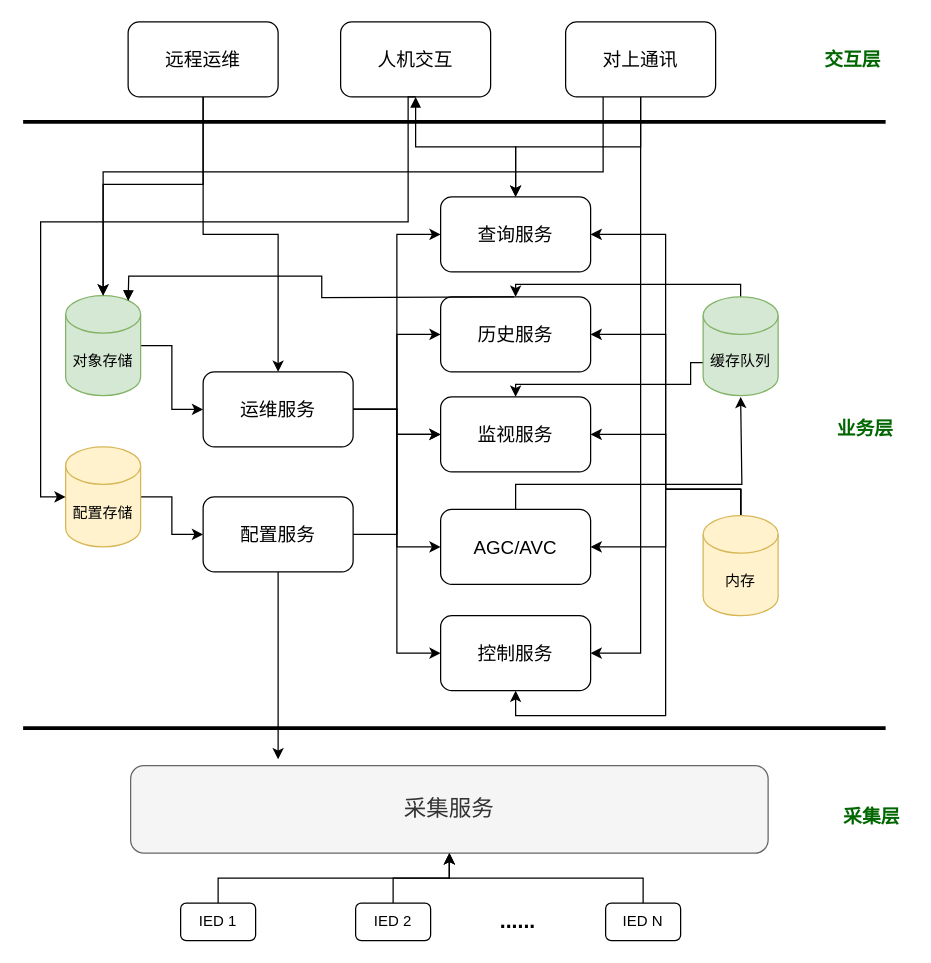
The draw.io diagram 轻量化cbb.drawio in snake9906/GitHubTest, before the edit. Source tidied: cells renumbered, new cells numbered last; positions are measured from the earlier drawing's top-left corner, leaving out a move shared by most shapes. Both pictures are drawn from the tidied source at 125%, with x=0, y=0 at pixel (22, 21).
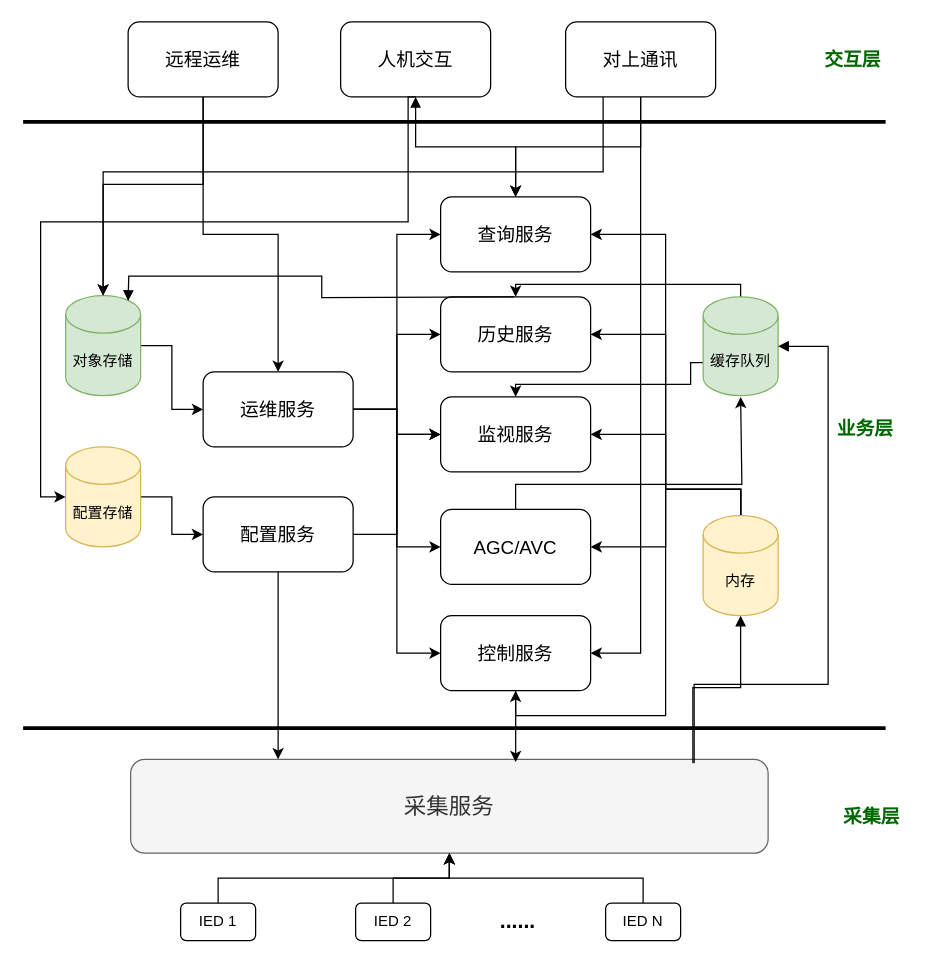
After the change.

Commit message:
更新轻量化cbb.drawio

Unchanged cells that the change refers to:
```xml
<mxCell id="16" value="内存" style="shape=cylinder3;whiteSpace=wrap;html=1;boundedLbl=1;backgroundOutline=1;size=15;fillColor=#fff2cc;strokeColor=#d6b656;" parent="1" vertex="1">
  <mxGeometry x="544" y="395" width="60" height="80" as="geometry" />
</mxCell>
<mxCell id="19" value="缓存队列" style="shape=cylinder3;whiteSpace=wrap;html=1;boundedLbl=1;backgroundOutline=1;size=15;fillColor=#d5e8d4;strokeColor=#82b366;" parent="1" vertex="1">
  <mxGeometry x="544" y="220" width="60" height="79" as="geometry" />
</mxCell>
<mxCell id="20" value="&lt;font style=&quot;font-size: 15px;&quot;&gt;控制服务&lt;/font&gt;" style="rounded=1;whiteSpace=wrap;html=1;" parent="1" vertex="1">
  <mxGeometry x="334" y="475" width="120" height="60" as="geometry" />
</mxCell>
```

Change to the diagram source:
```diff
@@
     <mxCell id="3" value="&lt;font style=&quot;font-size: 18px;&quot;&gt;采集服务&lt;/font&gt;" style="rounded=1;whiteSpace=wrap;html=1;shadow=0;glass=0;fillColor=#f5f5f5;fontColor=#333333;strokeColor=#666666;" parent="1" vertex="1">
-      <mxGeometry x="86" y="595" width="510" height="70" as="geometry" />
+      <mxGeometry x="86" y="590" width="510" height="75" as="geometry" />
     </mxCell>
@@
+    <mxCell id="54" style="edgeStyle=orthogonalEdgeStyle;rounded=0;jettySize=auto;html=1;entryX=0.604;entryY=0.029;entryDx=0;entryDy=0;entryPerimeter=0;" parent="1" edge="1" source="20" target="3">
+      <mxGeometry relative="1" as="geometry" />
+    </mxCell>
+    <mxCell id="55" style="edgeStyle=orthogonalEdgeStyle;rounded=0;jettySize=auto;html=1;entryX=0.882;entryY=0.04;entryDx=0;entryDy=0;entryPerimeter=0;startArrow=block;startFill=1;endArrow=none;" parent="1" edge="1" source="16" target="3">
+      <mxGeometry relative="1" as="geometry" />
+    </mxCell>
+    <mxCell id="56" style="edgeStyle=orthogonalEdgeStyle;rounded=0;jettySize=auto;html=1;entryX=0.884;entryY=0.04;entryDx=0;entryDy=0;entryPerimeter=0;startArrow=block;startFill=1;endArrow=none;" parent="1" edge="1" source="19" target="3">
+      <mxGeometry relative="1" as="geometry">
+        <Array as="points">
+          <mxPoint x="644" y="260" />
+          <mxPoint x="644" y="530" />
+          <mxPoint x="537" y="530" />
+        </Array>
+      </mxGeometry>
+    </mxCell>
```
